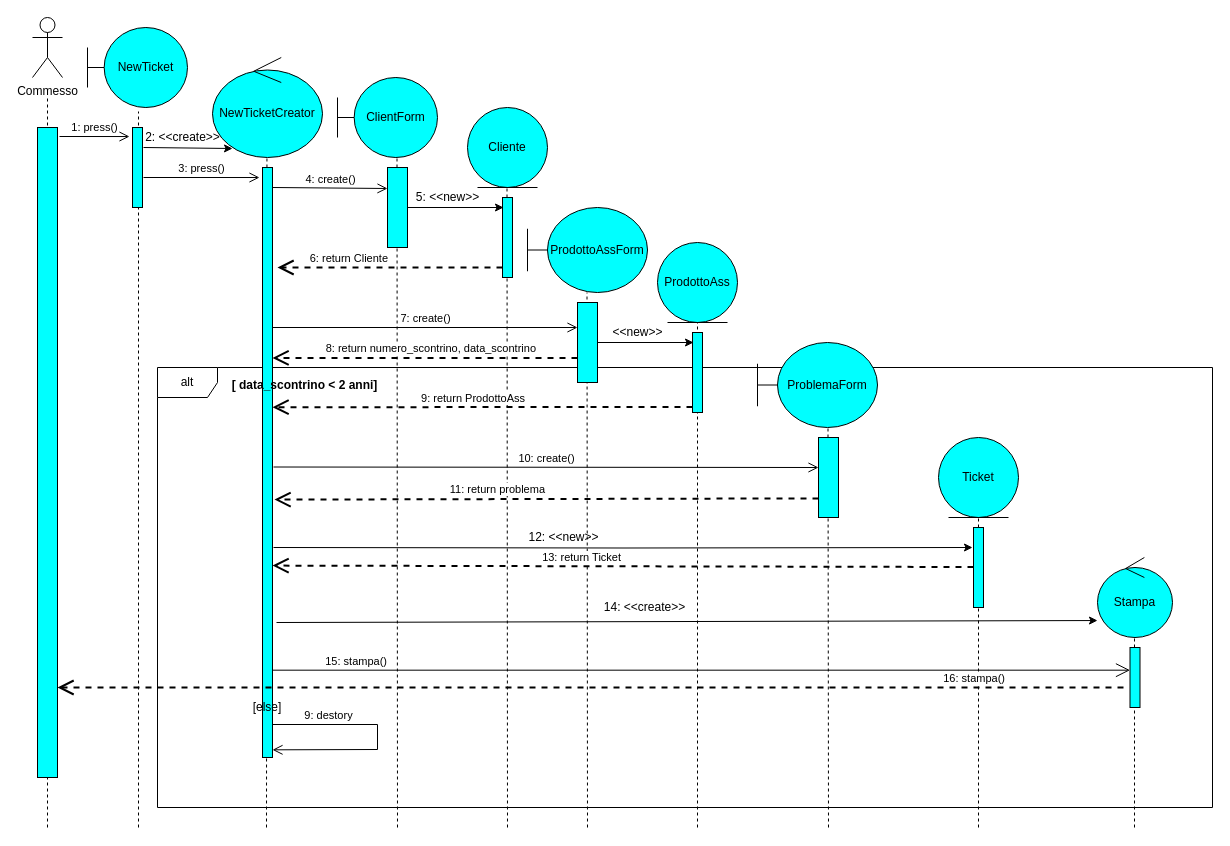
This is Object&SequenceDiagram/SD_3.drawio from Ciro-Fusco/NewDM, a draw.io file, before an edit. Source tidied: cells renumbered, new cells numbered last; positions are measured from the earlier drawing's top-left corner, leaving out a move shared by most shapes. Both pictures are drawn from the tidied source at 100%, with x=0, y=0 at pixel (32, 17).
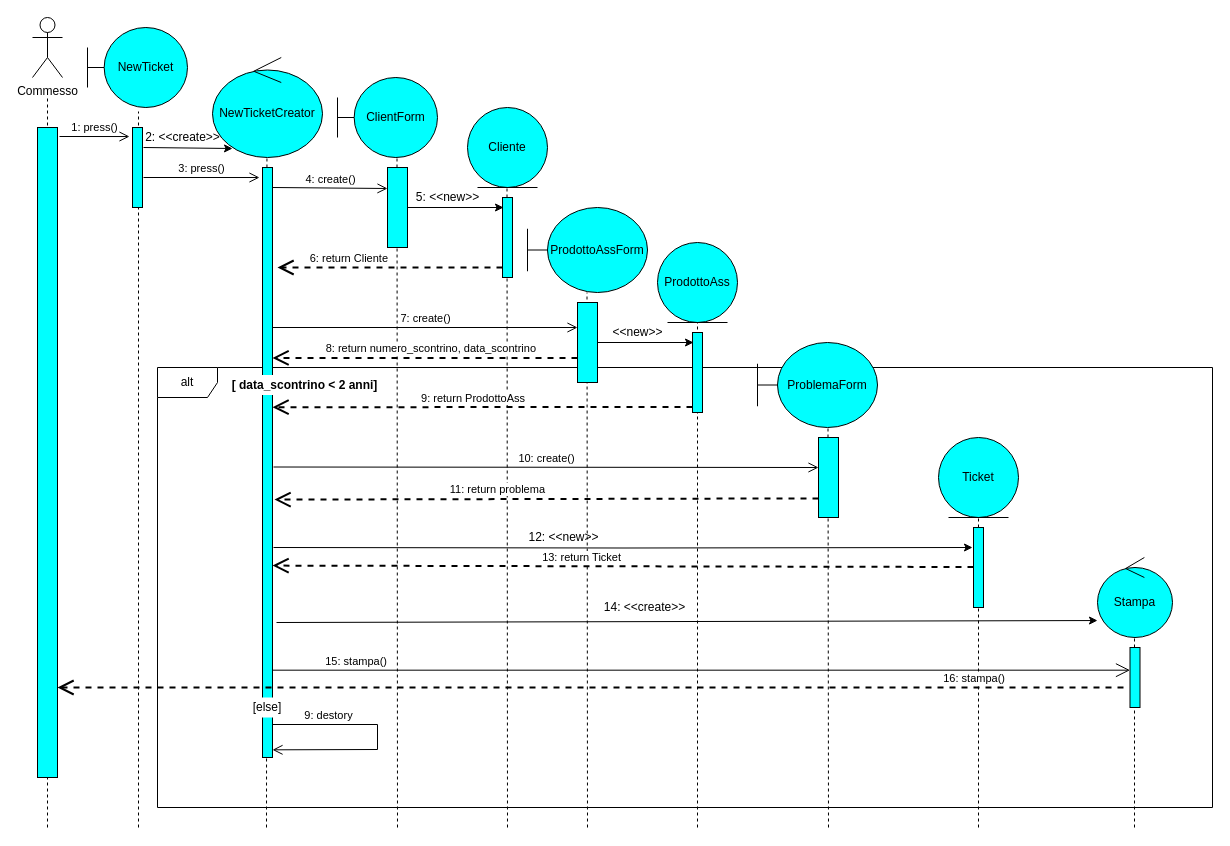
Above is the later version.

Commit message (it also covers changes not shown here):
Modifiche diagrammi 3 e aggiunta state chart 3 parziale

The edit, as a diff of the source:
```diff
@@
-    <mxCell id="47" value="&lt;b&gt;[ data_scontrino &amp;lt; 2 anni]&lt;/b&gt;" style="text;html=1;align=center;verticalAlign=middle;whiteSpace=wrap;rounded=0;sketch=0;" parent="1" vertex="1">
+    <mxCell id="47" value="&lt;b&gt;[ data_scontrino &amp;lt; 2 anni]&lt;/b&gt;" style="text;html=1;align=center;verticalAlign=middle;whiteSpace=wrap;rounded=0;sketch=0;fillColor=#ffffff;" parent="1" vertex="1">
       <mxGeometry x="190" y="357.5" width="165" height="20" as="geometry" />
     </mxCell>
-    <mxCell id="48" value="[else]" style="text;html=1;align=center;verticalAlign=middle;whiteSpace=wrap;rounded=0;sketch=0;" parent="1" vertex="1">
+    <mxCell id="48" value="[else]" style="text;html=1;align=center;verticalAlign=middle;whiteSpace=wrap;rounded=0;sketch=0;fillColor=#ffffff;" parent="1" vertex="1">
       <mxGeometry x="215" y="680" width="40" height="20" as="geometry" />
     </mxCell>
```
